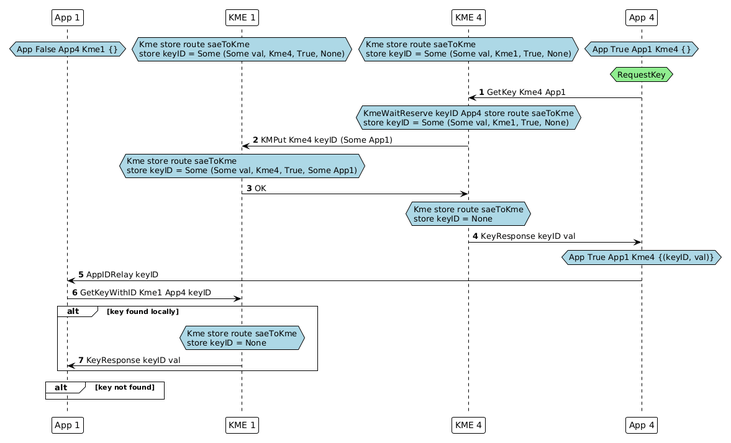
Earlier version of the PlantUML export LatexCode/Images/KeyExchange_App_Kme.png (RealBiggerBo/Bachelor).
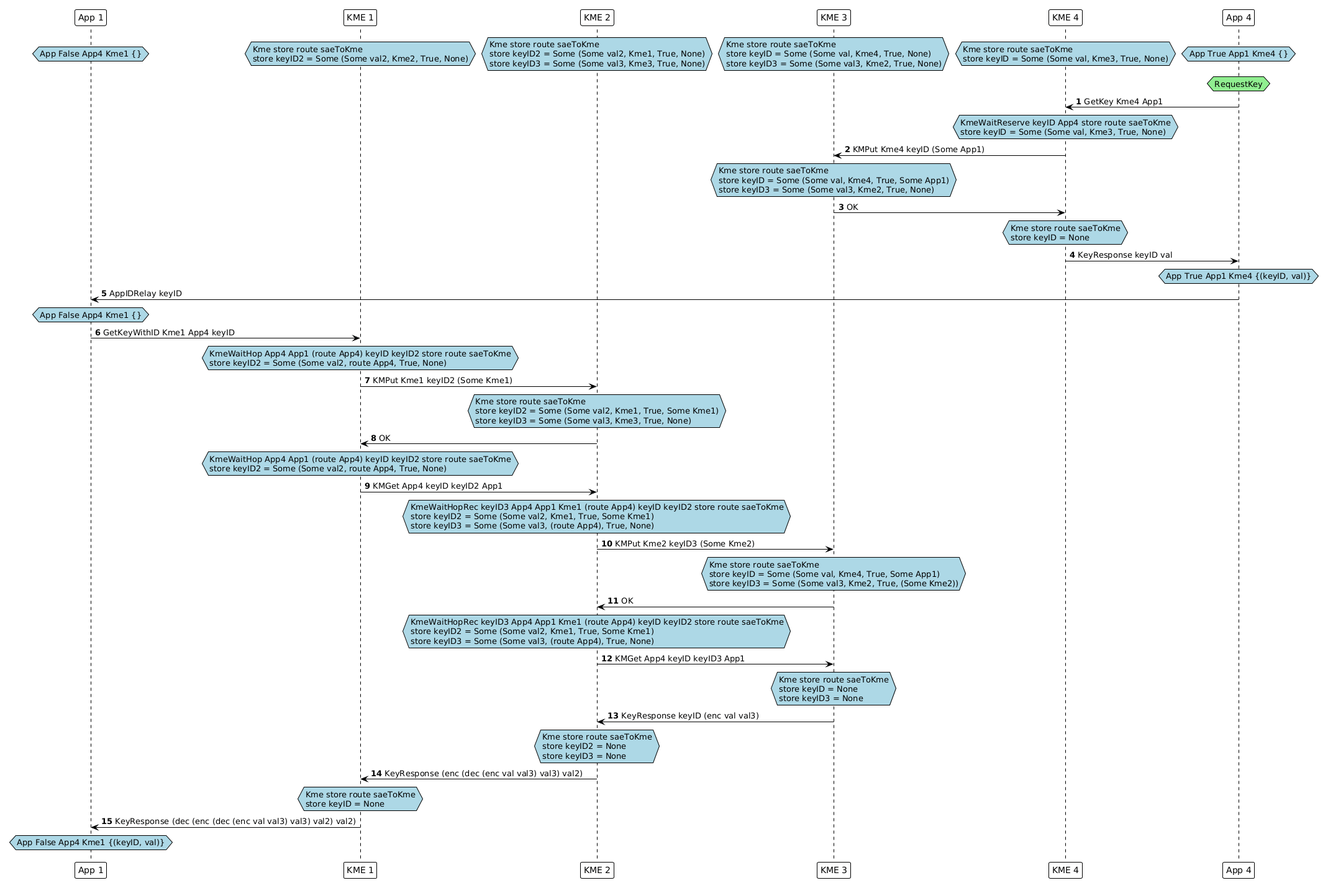
The same diagram one commit later.

Change to the diagram source:
```diff
@@ -7,6 +7,8 @@
 
 participant "App 1" as app1
 participant "KME 1" as kme1
+participant "KME 2" as kme2
+participant "KME 3" as kme3
 participant "KME 4" as kme4
 participant "App 4" as app4
 
@@ -15,11 +17,21 @@
 end hnote
 & hnote over kme1 $STATE_COLOR
   Kme store route saeToKme
+  store keyID2 = Some (Some val2, Kme2, True, None)
+end hnote
+& hnote over kme2 $STATE_COLOR
+  Kme store route saeToKme
+  store keyID2 = Some (Some val2, Kme1, True, None)
+  store keyID3 = Some (Some val3, Kme3, True, None)
+end hnote
+& hnote over kme3 $STATE_COLOR
+  Kme store route saeToKme
   store keyID = Some (Some val, Kme4, True, None)
+  store keyID3 = Some (Some val3, Kme2, True, None)
 end hnote
 & hnote over kme4 $STATE_COLOR
   Kme store route saeToKme
-  store keyID = Some (Some val, Kme1, True, None)
+  store keyID = Some (Some val, Kme3, True, None)
 end hnote
 & hnote over app4 $STATE_COLOR
   App True App1 Kme4 {}
@@ -33,17 +45,18 @@
 
 hnote over kme4 $STATE_COLOR
   KmeWaitReserve keyID App4 store route saeToKme
-  store keyID = Some (Some val, Kme1, True, None)
+  store keyID = Some (Some val, Kme3, True, None)
 end hnote
 
-kme4 -> kme1 : KMPut Kme4 keyID (Some App1)
+kme4 -> kme3 : KMPut Kme4 keyID (Some App1)
 
-hnote over kme1 $STATE_COLOR
+hnote over kme3 $STATE_COLOR
   Kme store route saeToKme
   store keyID = Some (Some val, Kme4, True, Some App1)
+  store keyID3 = Some (Some val3, Kme2, True, None)
 end hnote
 
-kme1 -> kme4 : OK
+kme3 -> kme4 : OK
 
 hnote over kme4 $STATE_COLOR
   Kme store route saeToKme
@@ -58,17 +71,82 @@
 
 app4 -> app1 : AppIDRelay keyID
 
+hnote over app1 $STATE_COLOR
+  App False App4 Kme1 {}
+end hnote
+
 app1 -> kme1 : GetKeyWithID Kme1 App4 keyID
 
-alt key found locally
+hnote over kme1 $STATE_COLOR
+  KmeWaitHop App4 App1 (route App4) keyID keyID2 store route saeToKme
+  store keyID2 = Some (Some val2, route App4, True, None)
+end hnote
+
+kme1 -> kme2 : KMPut Kme1 keyID2 (Some Kme1)
+
+hnote over kme2 $STATE_COLOR
+  Kme store route saeToKme
+  store keyID2 = Some (Some val2, Kme1, True, Some Kme1)
+  store keyID3 = Some (Some val3, Kme3, True, None)
+end hnote
+
+kme2 -> kme1 : OK
+
+hnote over kme1 $STATE_COLOR
+  KmeWaitHop App4 App1 (route App4) keyID keyID2 store route saeToKme
+  store keyID2 = Some (Some val2, route App4, True, None)
+end hnote
+
+kme1 -> kme2 : KMGet App4 keyID keyID2 App1
+
+hnote over kme2 $STATE_COLOR
+  KmeWaitHopRec keyID3 App4 App1 Kme1 (route App4) keyID keyID2 store route saeToKme
+  store keyID2 = Some (Some val2, Kme1, True, Some Kme1)
+  store keyID3 = Some (Some val3, (route App4), True, None)
+end hnote
+
+kme2 -> kme3 : KMPut Kme2 keyID3 (Some Kme2)
+
+hnote over kme3 $STATE_COLOR
+  Kme store route saeToKme
+  store keyID = Some (Some val, Kme4, True, Some App1)
+  store keyID3 = Some (Some val3, Kme2, True, (Some Kme2))
+end hnote
+
+kme3 -> kme2 : OK
+
+hnote over kme2 $STATE_COLOR
+  KmeWaitHopRec keyID3 App4 App1 Kme1 (route App4) keyID keyID2 store route saeToKme
+  store keyID2 = Some (Some val2, Kme1, True, Some Kme1)
+  store keyID3 = Some (Some val3, (route App4), True, None)
+end hnote
+
+kme2 -> kme3 : KMGet App4 keyID keyID3 App1
+
+hnote over kme3 $STATE_COLOR
+  Kme store route saeToKme
+  store keyID = None
+  store keyID3 = None
+end hnote
+
+kme3 -> kme2 : KeyResponse keyID (enc val val3)
+
+hnote over kme2 $STATE_COLOR
+  Kme store route saeToKme
+  store keyID2 = None
+  store keyID3 = None
+end hnote
+
+kme2 -> kme1 : KeyResponse (enc (dec (enc val val3) val3) val2)
 
 hnote over kme1 $STATE_COLOR
   Kme store route saeToKme
   store keyID = None
 end hnote
 
-kme1 -> app1 : KeyResponse keyID val
+kme1 -> app1 : KeyResponse (dec (enc (dec (enc val val3) val3) val2) val2)
 
-end
-alt key not found
+hnote over app1 $STATE_COLOR
+  App False App4 Kme1 {(keyID, val)}
+end hnote
 @enduml
```
